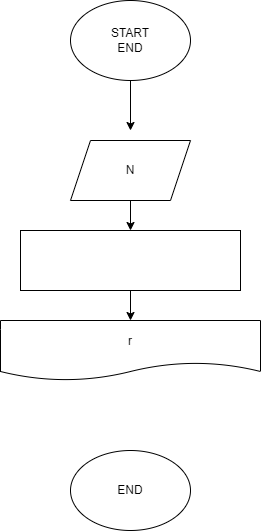
MaminovaVera/practic_temp keeps this draw.io diagram as exp001.drawio.png. Above is the earlier version. Source tidied: cells renumbered, new cells last; positions are measured from the earlier drawing's top-left corner, leaving out a move shared by most shapes. The source it was exported from:
```xml
<mxGraphModel>
  <root>
    <mxCell id="0" />
    <mxCell id="1" parent="0" />
    <mxCell id="2" style="edgeStyle=none;html=1;exitX=0.5;exitY=1;exitDx=0;exitDy=0;" parent="1" edge="1" source="3">
      <mxGeometry relative="1" as="geometry">
        <mxPoint x="130" y="130" as="targetPoint" />
      </mxGeometry>
    </mxCell>
    <mxCell id="3" value="START&lt;br&gt;END" style="ellipse;whiteSpace=wrap;html=1;" parent="1" vertex="1">
      <mxGeometry x="70" width="120" height="80" as="geometry" />
    </mxCell>
    <mxCell id="4" style="edgeStyle=none;html=1;exitX=0.5;exitY=1;exitDx=0;exitDy=0;" parent="1" edge="1">
      <mxGeometry relative="1" as="geometry">
        <mxPoint x="130" y="190" as="sourcePoint" />
        <mxPoint x="130" y="230" as="targetPoint" />
      </mxGeometry>
    </mxCell>
    <mxCell id="5" value="N" style="shape=parallelogram;perimeter=parallelogramPerimeter;whiteSpace=wrap;html=1;fixedSize=1;" parent="1" vertex="1">
      <mxGeometry x="70" y="140" width="120" height="60" as="geometry" />
    </mxCell>
    <mxCell id="6" style="edgeStyle=none;html=1;exitX=0.5;exitY=1;exitDx=0;exitDy=0;" parent="1" edge="1" source="7" target="8">
      <mxGeometry relative="1" as="geometry" />
    </mxCell>
    <mxCell id="7" style="rounded=0;whiteSpace=wrap;html=1;" parent="1" vertex="1">
      <mxGeometry x="20" y="230" width="220" height="60" as="geometry" />
    </mxCell>
    <mxCell id="8" value="r" style="shape=document;whiteSpace=wrap;html=1;boundedLbl=1;" parent="1" vertex="1">
      <mxGeometry y="320" width="260" height="60" as="geometry" />
    </mxCell>
    <mxCell id="9" value="END" style="ellipse;whiteSpace=wrap;html=1;" parent="1" vertex="1">
      <mxGeometry x="70" y="450" width="120" height="80" as="geometry" />
    </mxCell>
  </root>
</mxGraphModel>
```
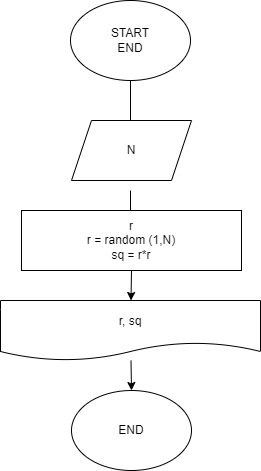
After the change.

Commit message:
Показать на экран случайное числоБ а затем квадрат числа

Change to the diagram source:
```diff
@@ -17,19 +17,22 @@
       </mxGeometry>
     </mxCell>
     <mxCell id="5" value="N" style="shape=parallelogram;perimeter=parallelogramPerimeter;whiteSpace=wrap;html=1;fixedSize=1;" parent="1" vertex="1">
-      <mxGeometry x="70" y="140" width="120" height="60" as="geometry" />
+      <mxGeometry x="71" y="120" width="120" height="60" as="geometry" />
     </mxCell>
     <mxCell id="6" style="edgeStyle=none;html=1;exitX=0.5;exitY=1;exitDx=0;exitDy=0;" parent="1" edge="1" source="7" target="8">
       <mxGeometry relative="1" as="geometry" />
     </mxCell>
-    <mxCell id="7" style="rounded=0;whiteSpace=wrap;html=1;" parent="1" vertex="1">
-      <mxGeometry x="20" y="230" width="220" height="60" as="geometry" />
+    <mxCell id="7" value="r&lt;br&gt;r = random (1,N)&lt;br&gt;sq = r*r" style="rounded=0;whiteSpace=wrap;html=1;" parent="1" vertex="1">
+      <mxGeometry x="21" y="210" width="220" height="60" as="geometry" />
     </mxCell>
+    <mxCell id="10" style="edgeStyle=none;html=1;entryX=0.5;entryY=0;entryDx=0;entryDy=0;" parent="1" edge="1" source="8" target="9">
+      <mxGeometry relative="1" as="geometry" />
+    </mxCell>
-    <mxCell id="8" value="r" style="shape=document;whiteSpace=wrap;html=1;boundedLbl=1;" parent="1" vertex="1">
-      <mxGeometry y="320" width="260" height="60" as="geometry" />
+    <mxCell id="8" value="r, sq" style="shape=document;whiteSpace=wrap;html=1;boundedLbl=1;" parent="1" vertex="1">
+      <mxGeometry y="300" width="260" height="60" as="geometry" />
     </mxCell>
     <mxCell id="9" value="END" style="ellipse;whiteSpace=wrap;html=1;" parent="1" vertex="1">
-      <mxGeometry x="70" y="450" width="120" height="80" as="geometry" />
+      <mxGeometry x="71" y="390" width="120" height="80" as="geometry" />
     </mxCell>
   </root>
 </mxGraphModel>
```
